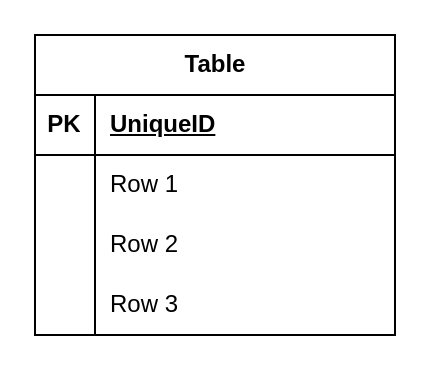
Earlier version of the draw.io diagram DWH_Inceptez.drawio (viggneshwar/Data_Warehouse_Repo). Source tidied: cells renumbered, new cells numbered last; positions are measured from the earlier drawing's top-left corner, leaving out a move shared by most shapes. Both pictures are drawn from the tidied source at 200%, with x=0, y=0 at pixel (34, 34).
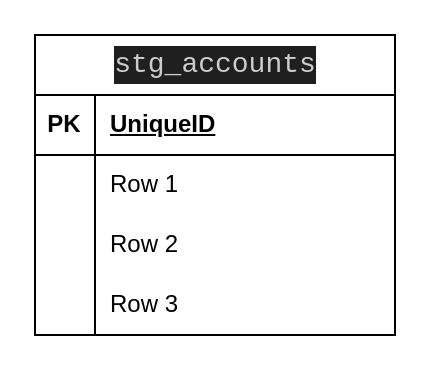
The same diagram, later.

The edit, as a diff of the source:
```diff
@@
 <mxGraphModel>
   <root>
     <mxCell id="0" />
     <mxCell id="1" parent="0" />
-    <mxCell id="2" value="Table" style="shape=table;startSize=30;childLayout=tableLayout;rowLines=0;fontStyle=1;align=center;html=1;" parent="1" vertex="1">
+    <mxCell id="2" value="&lt;div style=&quot;color: rgb(204, 204, 204); background-color: rgb(31, 31, 31); font-family: Consolas, &amp;quot;Courier New&amp;quot;, monospace; font-weight: normal; font-size: 14px; line-height: 19px; white-space-collapse: preserve;&quot;&gt;stg_accounts&lt;/div&gt;" style="shape=table;startSize=30;childLayout=tableLayout;rowLines=0;fontStyle=1;align=center;html=1;" parent="1" vertex="1">
       <mxGeometry width="180" height="150" as="geometry" />
     </mxCell>
     <mxCell id="3" style="shape=tableRow;horizontal=0;startSize=0;swimlaneHead=0;swimlaneBody=0;fillColor=none;top=0;left=0;right=0;bottom=1;" parent="2" vertex="1">
       <mxGeometry y="30" width="180" height="30" as="geometry" />
     </mxCell>
     <mxCell id="4" value="PK" style="shape=partialRectangle;fillColor=none;top=0;left=0;bottom=0;right=0;fontStyle=1;overflow=hidden;whiteSpace=wrap;html=1;" parent="3" vertex="1">
       <mxGeometry width="30" height="30" as="geometry" />
     </mxCell>
     <mxCell id="5" value="UniqueID" style="shape=partialRectangle;fillColor=none;top=0;left=0;bottom=0;right=0;align=left;spacingLeft=6;fontStyle=5;overflow=hidden;whiteSpace=wrap;html=1;" parent="3" vertex="1">
       <mxGeometry x="30" width="150" height="30" as="geometry" />
     </mxCell>
     <mxCell id="6" style="shape=tableRow;horizontal=0;startSize=0;swimlaneHead=0;swimlaneBody=0;fillColor=none;top=0;left=0;right=0;bottom=0;" parent="2" vertex="1">
       <mxGeometry y="60" width="180" height="30" as="geometry" />
     </mxCell>
     <mxCell id="7" style="shape=partialRectangle;fillColor=none;top=0;left=0;bottom=0;right=0;overflow=hidden;whiteSpace=wrap;html=1;" parent="6" vertex="1">
       <mxGeometry width="30" height="30" as="geometry" />
     </mxCell>
     <mxCell id="8" value="Row 1" style="shape=partialRectangle;fillColor=none;top=0;left=0;bottom=0;right=0;align=left;spacingLeft=6;overflow=hidden;whiteSpace=wrap;html=1;" parent="6" vertex="1">
       <mxGeometry x="30" width="150" height="30" as="geometry" />
     </mxCell>
     <mxCell id="9" style="shape=tableRow;horizontal=0;startSize=0;swimlaneHead=0;swimlaneBody=0;fillColor=none;top=0;left=0;right=0;bottom=0;" parent="2" vertex="1">
       <mxGeometry y="90" width="180" height="30" as="geometry" />
     </mxCell>
     <mxCell id="10" style="shape=partialRectangle;fillColor=none;top=0;left=0;bottom=0;right=0;overflow=hidden;whiteSpace=wrap;html=1;" parent="9" vertex="1">
       <mxGeometry width="30" height="30" as="geometry" />
     </mxCell>
     <mxCell id="11" value="Row 2" style="shape=partialRectangle;fillColor=none;top=0;left=0;bottom=0;right=0;align=left;spacingLeft=6;overflow=hidden;whiteSpace=wrap;html=1;" parent="9" vertex="1">
       <mxGeometry x="30" width="150" height="30" as="geometry" />
     </mxCell>
     <mxCell id="12" style="shape=tableRow;horizontal=0;startSize=0;swimlaneHead=0;swimlaneBody=0;fillColor=none;top=0;left=0;right=0;bottom=0;" parent="2" vertex="1">
       <mxGeometry y="120" width="180" height="30" as="geometry" />
     </mxCell>
     <mxCell id="13" style="shape=partialRectangle;fillColor=none;top=0;left=0;bottom=0;right=0;overflow=hidden;whiteSpace=wrap;html=1;" parent="12" vertex="1">
       <mxGeometry width="30" height="30" as="geometry" />
     </mxCell>
     <mxCell id="14" value="Row 3" style="shape=partialRectangle;fillColor=none;top=0;left=0;bottom=0;right=0;align=left;spacingLeft=6;overflow=hidden;whiteSpace=wrap;html=1;" parent="12" vertex="1">
       <mxGeometry x="30" width="150" height="30" as="geometry" />
     </mxCell>
   </root>
 </mxGraphModel>
```
